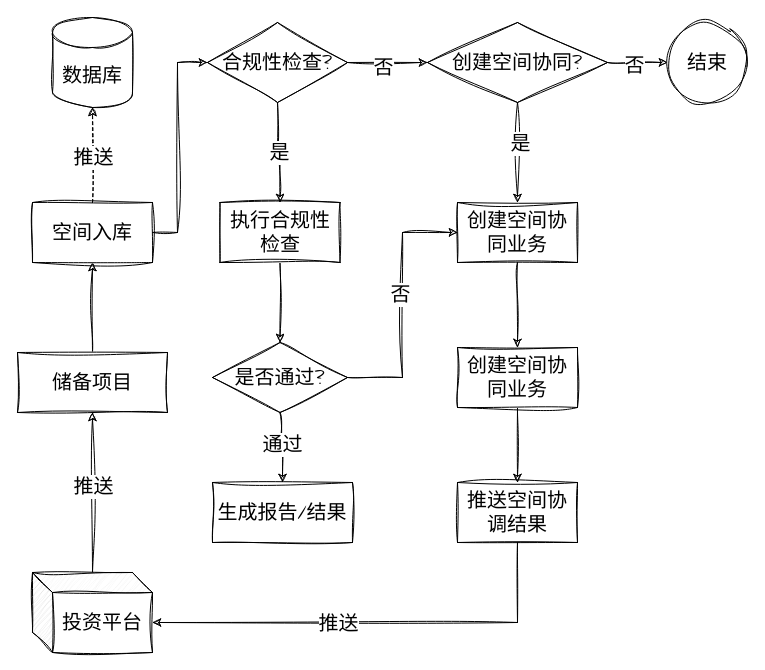
Before: 未命名绘图.drawio in bom-coder/drawio-store, a draw.io diagram. Source tidied: cells renumbered, new cells numbered last; positions are measured from the earlier drawing's top-left corner, leaving out a move shared by most shapes. Both pictures are drawn from the tidied source at 100%, with x=0, y=0 at pixel (17, 17).
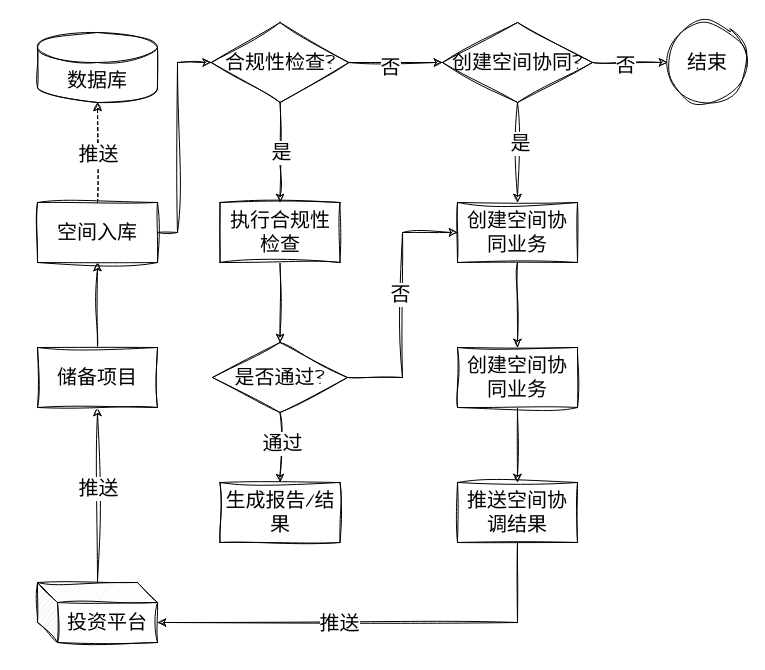
The same page after the edit.

Commit message (it also covers changes not shown here):
更新未命名绘图.drawio

Unchanged cells that the change refers to:
```xml
<mxCell id="34" value="推送空间协调结果" style="whiteSpace=wrap;html=1;fontSize=20;fontFamily=Architects Daughter;rounded=0;sketch=1;hachureGap=4;jiggle=2;curveFitting=1;" parent="1" vertex="1">
  <mxGeometry x="440" y="465" width="120" height="60" as="geometry" />
</mxCell>
```

The edit, as a diff of the source:
```diff
@@
-    <mxCell id="2" style="edgeStyle=orthogonalEdgeStyle;rounded=0;sketch=1;hachureGap=4;jiggle=2;curveFitting=1;jettySize=auto;html=1;fontFamily=Architects Daughter;fontSize=16;" parent="1" edge="1" source="3" target="9">
+    <mxCell id="2" style="edgeStyle=orthogonalEdgeStyle;rounded=0;sketch=1;hachureGap=4;jiggle=2;curveFitting=1;jettySize=auto;html=1;fontFamily=Architects Daughter;fontSize=16;exitX=0.5;exitY=0;exitDx=0;exitDy=0;" parent="1" edge="1" source="3" target="9">
       <mxGeometry relative="1" as="geometry" />
     </mxCell>
-    <mxCell id="3" value="储备项目" style="rounded=0;whiteSpace=wrap;html=1;sketch=1;hachureGap=4;jiggle=2;curveFitting=1;fontFamily=Architects Daughter;fontSize=20;" parent="1" vertex="1">
-      <mxGeometry y="335" width="150" height="60" as="geometry" />
-    </mxCell>
@@
     <mxCell id="6" value="投资平台" style="shape=cube;whiteSpace=wrap;html=1;boundedLbl=1;backgroundOutline=1;darkOpacity=0.05;darkOpacity2=0.1;sketch=1;hachureGap=4;jiggle=2;curveFitting=1;fontFamily=Architects Daughter;fontSize=20;" parent="1" vertex="1">
-      <mxGeometry x="15" y="555" width="120" height="80" as="geometry" />
+      <mxGeometry x="20" y="565" width="120" height="60" as="geometry" />
     </mxCell>
     <mxCell id="7" value="数据库" style="shape=cylinder3;whiteSpace=wrap;html=1;boundedLbl=1;backgroundOutline=1;size=15;sketch=1;hachureGap=4;jiggle=2;curveFitting=1;fontFamily=Architects Daughter;fontSize=20;" parent="1" vertex="1">
-      <mxGeometry x="35" width="80" height="90" as="geometry" />
+      <mxGeometry x="20" y="15" width="120" height="70" as="geometry" />
     </mxCell>
@@
     <mxCell id="9" value="空间入库" style="whiteSpace=wrap;html=1;fontSize=20;fontFamily=Architects Daughter;rounded=0;sketch=1;hachureGap=4;jiggle=2;curveFitting=1;" parent="1" vertex="1">
-      <mxGeometry x="15" y="185" width="120" height="60" as="geometry" />
+      <mxGeometry x="20" y="185" width="120" height="60" as="geometry" />
     </mxCell>
@@
     <mxCell id="16" value="合规性检查?" style="rhombus;whiteSpace=wrap;html=1;fontSize=20;fontFamily=Architects Daughter;rounded=0;sketch=1;hachureGap=4;jiggle=2;curveFitting=1;" parent="1" vertex="1">
-      <mxGeometry x="190" y="5" width="140" height="80" as="geometry" />
+      <mxGeometry x="193.8" y="5" width="137.5" height="80" as="geometry" />
     </mxCell>
@@
     <mxCell id="21" value="创建空间协同?" style="rhombus;whiteSpace=wrap;html=1;fontSize=20;fontFamily=Architects Daughter;rounded=0;sketch=1;hachureGap=4;jiggle=2;curveFitting=1;" parent="1" vertex="1">
-      <mxGeometry x="410" y="5" width="180" height="80" as="geometry" />
+      <mxGeometry x="425" y="5" width="150" height="80" as="geometry" />
     </mxCell>
@@
     <mxCell id="29" value="生成报告/结果" style="whiteSpace=wrap;html=1;fontSize=20;fontFamily=Architects Daughter;rounded=0;sketch=1;hachureGap=4;jiggle=2;curveFitting=1;" parent="1" vertex="1">
-      <mxGeometry x="195" y="465" width="140" height="60" as="geometry" />
+      <mxGeometry x="202.5" y="465" width="120" height="60" as="geometry" />
     </mxCell>
@@
-    <mxCell id="36" style="edgeStyle=orthogonalEdgeStyle;rounded=0;sketch=1;hachureGap=4;jiggle=2;curveFitting=1;jettySize=auto;html=1;entryX=0;entryY=0;entryDx=120;entryDy=50;entryPerimeter=0;fontFamily=Architects Daughter;fontSize=16;" parent="1" edge="1" source="34" target="6">
+    <mxCell id="36" style="edgeStyle=orthogonalEdgeStyle;rounded=0;sketch=1;hachureGap=4;jiggle=2;curveFitting=1;jettySize=auto;html=1;fontFamily=Architects Daughter;fontSize=16;" parent="1" edge="1" source="34">
       <mxGeometry relative="1" as="geometry">
+        <mxPoint x="140" y="605" as="targetPoint" />
         <Array as="points">
           <mxPoint x="500" y="605" />
         </Array>
       </mxGeometry>
     </mxCell>
@@
+    <mxCell id="3" value="储备项目" style="whiteSpace=wrap;html=1;fontSize=20;fontFamily=Architects Daughter;rounded=0;sketch=1;hachureGap=4;jiggle=2;curveFitting=1;" parent="1" vertex="1">
+      <mxGeometry x="20" y="330" width="120" height="60" as="geometry" />
+    </mxCell>
```
